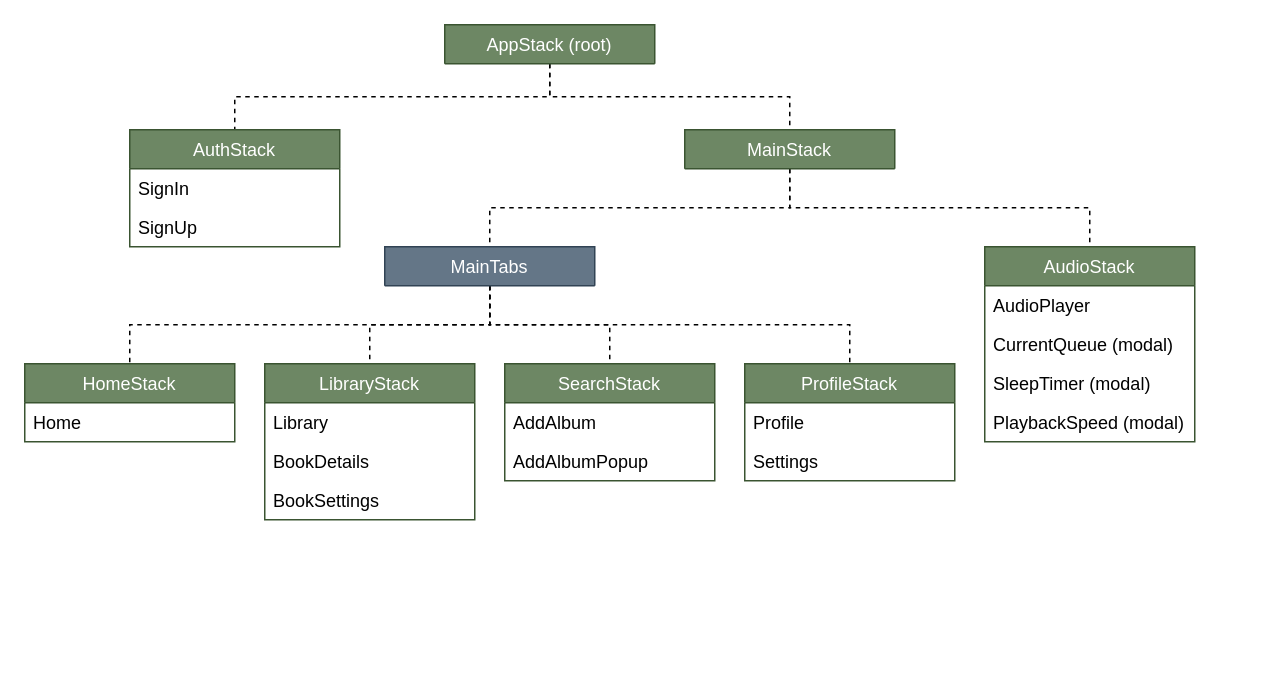
Before: src/navigation/navigation.drawio in khpa/echos_audiobook_player, a draw.io diagram. Source tidied: cells renumbered, new cells numbered last; positions are measured from the earlier drawing's top-left corner, leaving out a move shared by most shapes. Both pictures are drawn from the tidied source at 150%, with x=0, y=0 at pixel (24, 24).
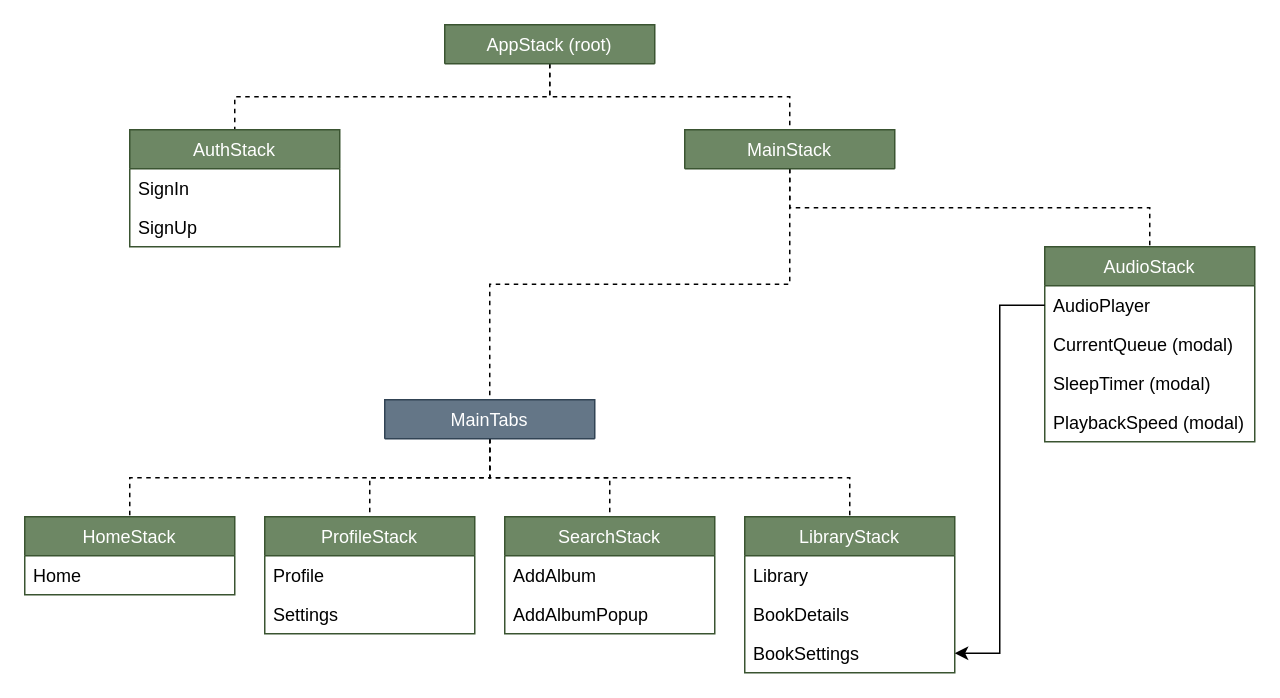
Above is the later version.

The change refers to these unchanged cells:
```xml
<mxCell id="16" value="BookSettings" style="text;strokeColor=none;fillColor=none;align=left;verticalAlign=top;spacingLeft=4;spacingRight=4;overflow=hidden;points=[[0,0.5],[1,0.5]];portConstraint=eastwest;" parent="13" vertex="1">
  <mxGeometry y="78" width="140" height="26" as="geometry" />
</mxCell>
<mxCell id="29" value="AudioPlayer" style="text;strokeColor=none;fillColor=none;align=left;verticalAlign=top;spacingLeft=4;spacingRight=4;overflow=hidden;points=[[0,0.5],[1,0.5]];portConstraint=eastwest;" parent="28" vertex="1">
  <mxGeometry y="26" width="140" height="26" as="geometry" />
</mxCell>
```

What changed in the source:
```diff
@@
     <mxCell id="11" value="HomeStack" style="swimlane;fontStyle=0;horizontal=1;startSize=26;fillColor=#6d8764;strokeColor=#3A5431;fontColor=#ffffff;" parent="1" vertex="1">
-      <mxGeometry y="226" width="140" height="52" as="geometry" />
+      <mxGeometry y="328" width="140" height="52" as="geometry" />
     </mxCell>
@@
     <mxCell id="13" value="LibraryStack" style="swimlane;fontStyle=0;horizontal=1;startSize=26;fillColor=#6d8764;strokeColor=#3A5431;fontColor=#ffffff;" parent="1" vertex="1">
-      <mxGeometry x="160" y="226" width="140" height="104" as="geometry" />
+      <mxGeometry x="480" y="328" width="140" height="104" as="geometry" />
     </mxCell>
@@
     <mxCell id="17" value="SearchStack" style="swimlane;fontStyle=0;horizontal=1;startSize=26;fillColor=#6d8764;strokeColor=#3A5431;fontColor=#ffffff;" parent="1" vertex="1">
-      <mxGeometry x="320" y="226" width="140" height="78" as="geometry" />
+      <mxGeometry x="320" y="328" width="140" height="78" as="geometry" />
     </mxCell>
@@
     <mxCell id="20" value="ProfileStack" style="swimlane;fontStyle=0;horizontal=1;startSize=26;fillColor=#6d8764;strokeColor=#3A5431;fontColor=#ffffff;" parent="1" vertex="1">
-      <mxGeometry x="480" y="226" width="140" height="78" as="geometry" />
+      <mxGeometry x="160" y="328" width="140" height="78" as="geometry" />
     </mxCell>
@@
     <mxCell id="27" value="MainTabs" style="swimlane;fontStyle=0;horizontal=1;startSize=26;fillColor=#647687;strokeColor=#314354;fontColor=#ffffff;" parent="1" vertex="1" collapsed="1">
-      <mxGeometry x="240" y="148" width="140" height="26" as="geometry" />
+      <mxGeometry x="240" y="250" width="140" height="26" as="geometry" />
     </mxCell>
     <mxCell id="28" value="AudioStack" style="swimlane;fontStyle=0;horizontal=1;startSize=26;fillColor=#6d8764;strokeColor=#3A5431;fontColor=#ffffff;" parent="1" vertex="1">
-      <mxGeometry x="640" y="148" width="140" height="130" as="geometry" />
+      <mxGeometry x="680" y="148" width="140" height="130" as="geometry" />
     </mxCell>
@@
+    <mxCell id="33" style="edgeStyle=orthogonalEdgeStyle;rounded=0;jettySize=auto;html=1;exitX=0;exitY=0.5;exitDx=0;exitDy=0;entryX=1;entryY=0.5;entryDx=0;entryDy=0;" parent="1" edge="1" source="29" target="16">
+      <mxGeometry relative="1" as="geometry" />
+    </mxCell>
```
